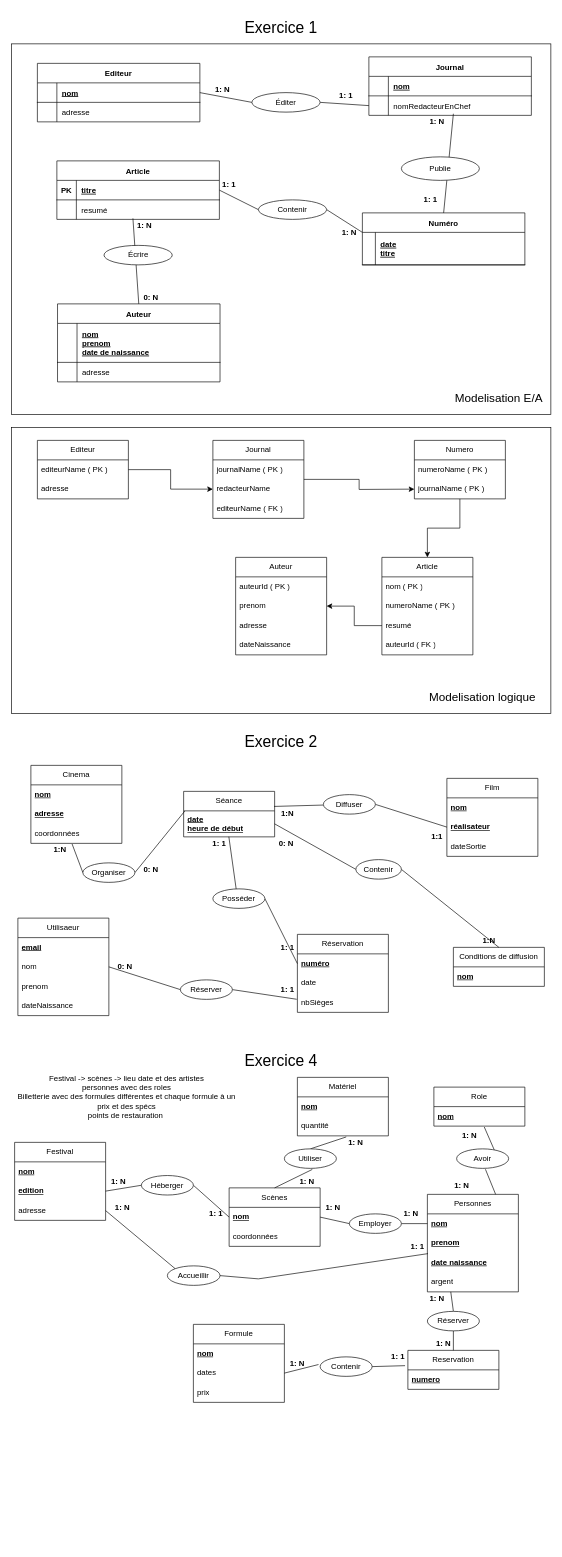
Before: TP-1-Modelisation/exercice-1.drawio in florian-alb/administration-bdd-2025, a draw.io diagram. Source tidied: cells renumbered, new cells numbered last; positions are measured from the earlier drawing's top-left corner, leaving out a move shared by most shapes. Both pictures are drawn from the tidied source at 65%, with x=0, y=0 at pixel (11, 11).
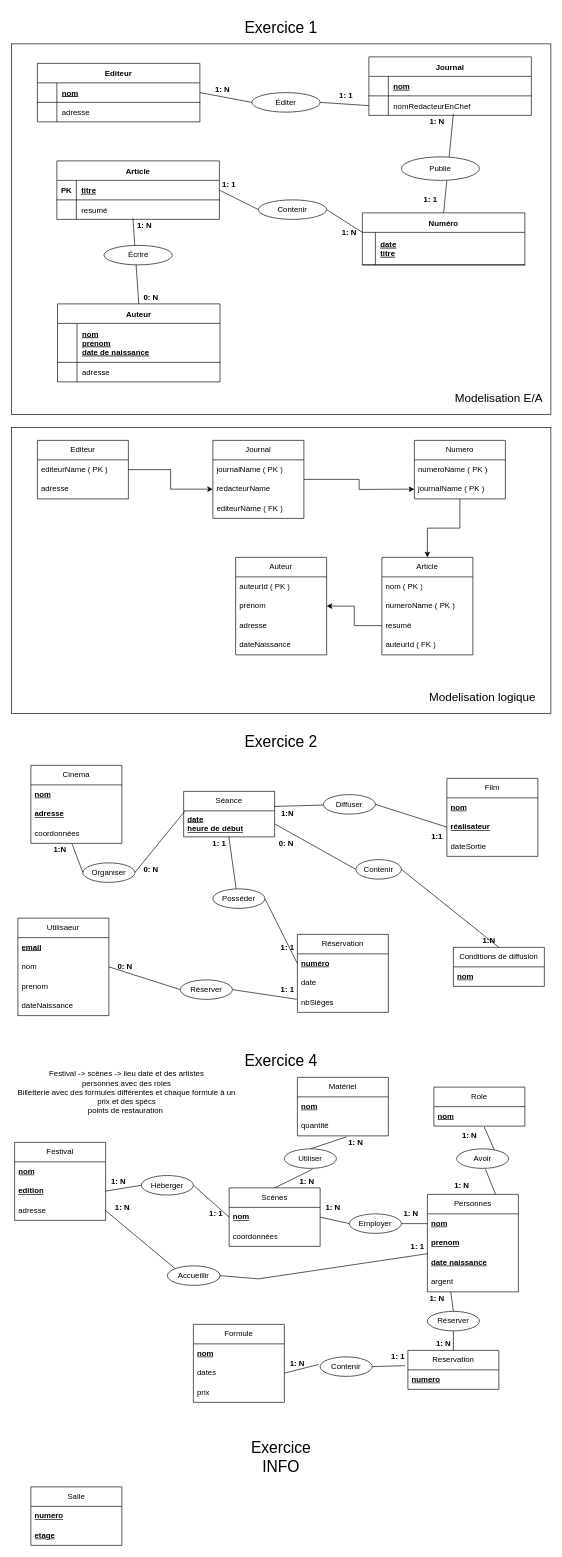
Above is the later version.

Commit message:
Mettre à jour exercice-1.drawio

Change to the diagram source:
```diff
@@
-    <mxCell id="130" value="Festival -&amp;gt; scènes -&amp;gt; lieu date et des artistes&lt;br&gt;personnes avec des roles&lt;br&gt;Billetterie avec des formules différentes et chaque formule à un prix et des spécs&lt;div&gt;points de restauration&amp;nbsp;&lt;/div&gt;" style="text;html=1;align=center;verticalAlign=middle;whiteSpace=wrap;rounded=0;" parent="1" vertex="1">
+    <mxCell id="130" value="Festival -&amp;gt; scènes -&amp;gt; lieu date et des artistes&lt;br&gt;personnes avec des roles&lt;br&gt;Billetterie avec des formules différentes et chaque formule à un prix et des spécs&lt;div&gt;points de restauration&amp;nbsp;&lt;/div&gt;&lt;div&gt;&lt;div&gt;&lt;br&gt;&lt;/div&gt;&lt;/div&gt;" style="text;html=1;align=center;verticalAlign=middle;whiteSpace=wrap;rounded=0;" parent="1" vertex="1">
       <mxGeometry x="5" y="1620" width="345" height="100" as="geometry" />
     </mxCell>
@@
+    <mxCell id="189" value="&lt;font style=&quot;font-size: 24px;&quot;&gt;Exercice INFO&lt;/font&gt;" style="text;html=1;align=center;verticalAlign=middle;whiteSpace=wrap;rounded=0;" parent="1" vertex="1">
+      <mxGeometry x="345" y="2200" width="140" height="50" as="geometry" />
+    </mxCell>
+    <mxCell id="190" value="Salle" style="swimlane;fontStyle=0;horizontal=1;startSize=30;whiteSpace=wrap;html=1;" parent="1" vertex="1">
+      <mxGeometry x="30" y="2270" width="140" height="90" as="geometry" />
+    </mxCell>
+    <mxCell id="191" value="&lt;b&gt;&lt;u&gt;numero&lt;/u&gt;&lt;/b&gt;" style="text;strokeColor=none;fillColor=none;align=left;verticalAlign=middle;spacingLeft=4;spacingRight=4;overflow=hidden;whiteSpace=wrap;html=1;" parent="190" vertex="1">
+      <mxGeometry y="30" width="140" height="30" as="geometry" />
+    </mxCell>
+    <mxCell id="192" value="&lt;b&gt;&lt;u&gt;etage&lt;/u&gt;&lt;/b&gt;" style="text;strokeColor=none;fillColor=none;align=left;verticalAlign=middle;spacingLeft=4;spacingRight=4;overflow=hidden;whiteSpace=wrap;html=1;" parent="190" vertex="1">
+      <mxGeometry y="60" width="140" height="30" as="geometry" />
+    </mxCell>
```
